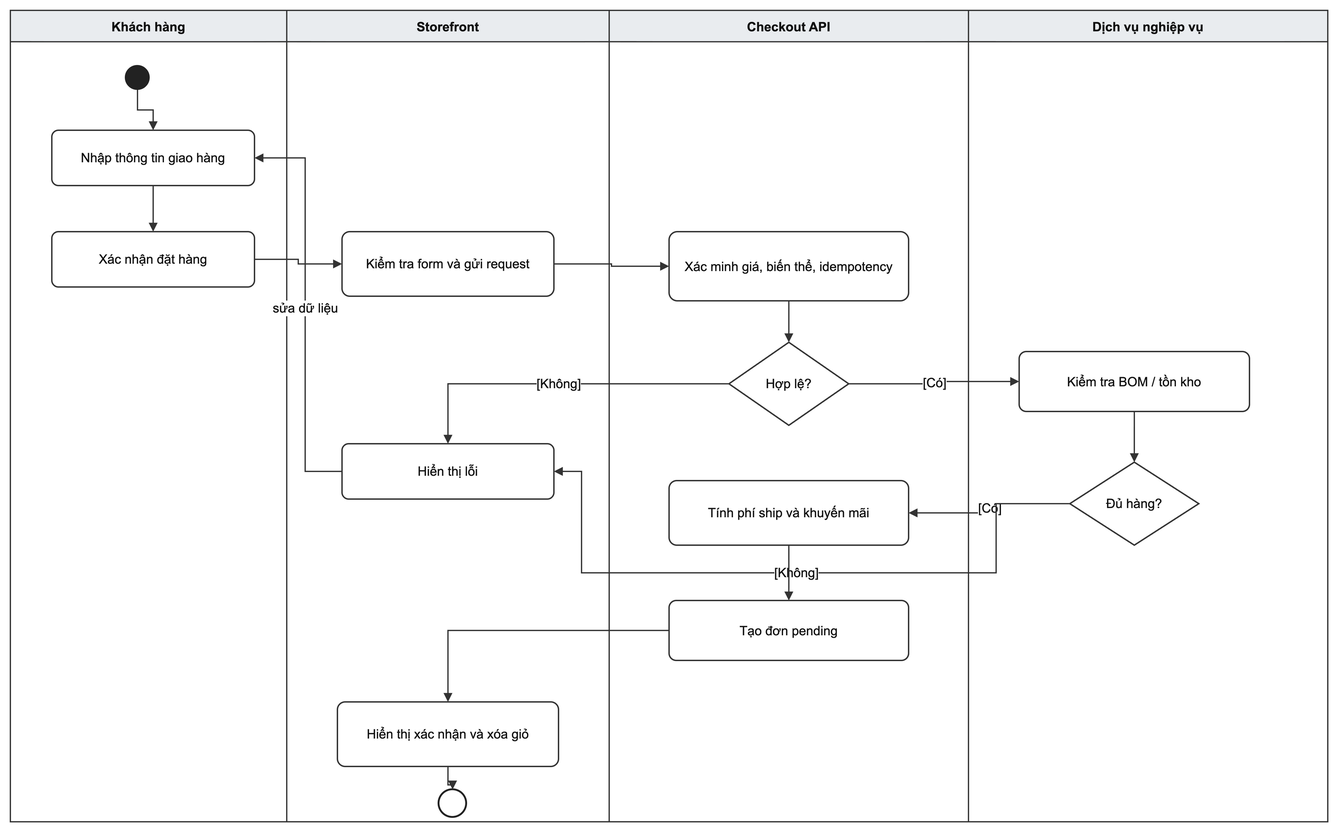
Above: docs/report/images/activity-checkout.drawio.png in pathust/mong.fruitboxz (draw.io), before the change. Source tidied: cells renumbered, new cells last; positions are measured from the earlier drawing's top-left corner, leaving out a move shared by most shapes.
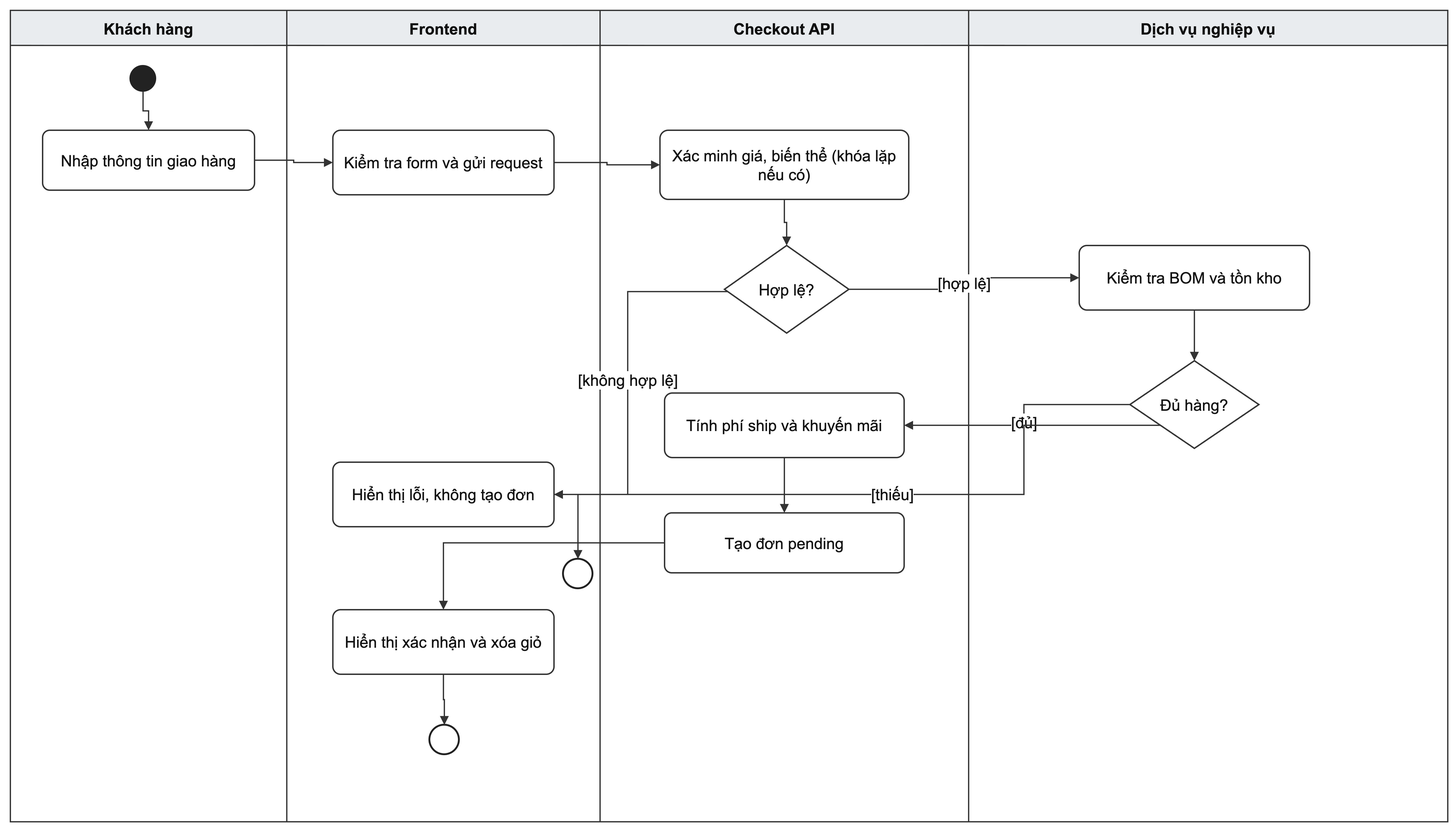
Later version of the same file.

What changed in the source:
```diff
@@ -2,110 +2,111 @@
   <root>
     <mxCell id="0" />
     <mxCell id="1" parent="0" />
-    <mxCell id="2" value="Khách hàng" style="swimlane;horizontal=1;startSize=34;fillColor=#E9ECEF;swimlaneFillColor=#FFFFFF;strokeColor=#333333;strokeWidth=1.4;fontStyle=1;fontFamily=Arial;fontSize=14;fontColor=#111111;" parent="1" vertex="1">
-      <mxGeometry width="300" height="880" as="geometry" />
+    <mxCell id="2" value="Khách hàng" style="swimlane;horizontal=1;startSize=38;fillColor=#E9ECEF;swimlaneFillColor=#FFFFFF;strokeColor=#333333;strokeWidth=1.4;fontStyle=1;fontFamily=Arial;fontSize=17;fontColor=#111111;" parent="1" vertex="1">
+      <mxGeometry x="-10" y="-10" width="300" height="880" as="geometry" />
     </mxCell>
-    <mxCell id="3" value="Storefront" style="swimlane;horizontal=1;startSize=34;fillColor=#E9ECEF;swimlaneFillColor=#FFFFFF;strokeColor=#333333;strokeWidth=1.4;fontStyle=1;fontFamily=Arial;fontSize=14;fontColor=#111111;" parent="1" vertex="1">
-      <mxGeometry x="300" width="350" height="880" as="geometry" />
-    </mxCell>
+    <mxCell id="33" value="Frontend" style="swimlane;horizontal=1;startSize=38;fillColor=#E9ECEF;swimlaneFillColor=#FFFFFF;strokeColor=#333333;strokeWidth=1.4;fontStyle=1;fontFamily=Arial;fontSize=17;fontColor=#111111;" parent="1" vertex="1">
+      <mxGeometry x="290" y="-10" width="340" height="880" as="geometry" />
+    </mxCell>
-    <mxCell id="4" value="Checkout API" style="swimlane;horizontal=1;startSize=34;fillColor=#E9ECEF;swimlaneFillColor=#FFFFFF;strokeColor=#333333;strokeWidth=1.4;fontStyle=1;fontFamily=Arial;fontSize=14;fontColor=#111111;" parent="1" vertex="1">
-      <mxGeometry x="650" width="390" height="880" as="geometry" />
+    <mxCell id="4" value="Checkout API" style="swimlane;horizontal=1;startSize=38;fillColor=#E9ECEF;swimlaneFillColor=#FFFFFF;strokeColor=#333333;strokeWidth=1.4;fontStyle=1;fontFamily=Arial;fontSize=17;fontColor=#111111;" parent="1" vertex="1">
+      <mxGeometry x="630" y="-10" width="400" height="880" as="geometry" />
     </mxCell>
-    <mxCell id="5" value="Dịch vụ nghiệp vụ" style="swimlane;horizontal=1;startSize=34;fillColor=#E9ECEF;swimlaneFillColor=#FFFFFF;strokeColor=#333333;strokeWidth=1.4;fontStyle=1;fontFamily=Arial;fontSize=14;fontColor=#111111;" parent="1" vertex="1">
-      <mxGeometry x="1040" width="390" height="880" as="geometry" />
+    <mxCell id="5" value="Dịch vụ nghiệp vụ" style="swimlane;horizontal=1;startSize=38;fillColor=#E9ECEF;swimlaneFillColor=#FFFFFF;strokeColor=#333333;strokeWidth=1.4;fontStyle=1;fontFamily=Arial;fontSize=17;fontColor=#111111;" parent="1" vertex="1">
+      <mxGeometry x="1030" y="-10" width="520" height="880" as="geometry" />
     </mxCell>
     <mxCell id="6" style="ellipse;fillColor=#222222;strokeColor=#222222;" parent="1" vertex="1">
-      <mxGeometry x="125" y="60" width="26" height="26" as="geometry" />
+      <mxGeometry x="120" y="50" width="28" height="28" as="geometry" />
     </mxCell>
-    <mxCell id="7" value="Nhập thông tin giao hàng" style="rounded=1;arcSize=12;whiteSpace=wrap;html=1;fillColor=#FFFFFF;strokeColor=#333333;strokeWidth=1.5;fontFamily=Arial;fontSize=14;fontColor=#111111;" parent="1" vertex="1">
-      <mxGeometry x="45" y="130" width="220" height="60" as="geometry" />
+    <mxCell id="7" value="Nhập thông tin giao hàng" style="rounded=1;arcSize=12;whiteSpace=wrap;html=1;fillColor=#FFFFFF;strokeColor=#333333;strokeWidth=1.5;fontFamily=Arial;fontSize=17;fontColor=#111111;" parent="1" vertex="1">
+      <mxGeometry x="25" y="120" width="230" height="65" as="geometry" />
     </mxCell>
-    <mxCell id="8" value="Xác nhận đặt hàng" style="rounded=1;arcSize=12;whiteSpace=wrap;html=1;fillColor=#FFFFFF;strokeColor=#333333;strokeWidth=1.5;fontFamily=Arial;fontSize=14;fontColor=#111111;" parent="1" vertex="1">
-      <mxGeometry x="45" y="240" width="220" height="60" as="geometry" />
+    <mxCell id="8" value="Kiểm tra form và gửi request" style="rounded=1;arcSize=12;whiteSpace=wrap;html=1;fillColor=#FFFFFF;strokeColor=#333333;strokeWidth=1.5;fontFamily=Arial;fontSize=17;fontColor=#111111;" parent="1" vertex="1">
+      <mxGeometry x="340" y="120" width="240" height="70" as="geometry" />
     </mxCell>
-    <mxCell id="9" value="Kiểm tra form và gửi request" style="rounded=1;arcSize=12;whiteSpace=wrap;html=1;fillColor=#FFFFFF;strokeColor=#333333;strokeWidth=1.5;fontFamily=Arial;fontSize=14;fontColor=#111111;" parent="1" vertex="1">
-      <mxGeometry x="360" y="240" width="230" height="70" as="geometry" />
+    <mxCell id="9" value="Xác minh giá, biến thể&amp;#xa;(khóa lặp nếu có)" style="rounded=1;arcSize=12;whiteSpace=wrap;html=1;fillColor=#FFFFFF;strokeColor=#333333;strokeWidth=1.5;fontFamily=Arial;fontSize=17;fontColor=#111111;" parent="1" vertex="1">
+      <mxGeometry x="695" y="120" width="270" height="75" as="geometry" />
     </mxCell>
+    <mxCell id="11" value="Hợp lệ?" style="rhombus;whiteSpace=wrap;html=1;fillColor=#FFFFFF;strokeColor=#333333;strokeWidth=1.5;fontFamily=Arial;fontSize=17;fontColor=#111111;" parent="1" vertex="1">
+      <mxGeometry x="765" y="245" width="135" height="95" as="geometry" />
+    </mxCell>
-    <mxCell id="10" value="Xác minh giá, biến thể, idempotency" style="rounded=1;arcSize=12;whiteSpace=wrap;html=1;fillColor=#FFFFFF;strokeColor=#333333;strokeWidth=1.5;fontFamily=Arial;fontSize=14;fontColor=#111111;" parent="1" vertex="1">
-      <mxGeometry x="715" y="240" width="260" height="75" as="geometry" />
+    <mxCell id="10" value="Kiểm tra BOM và tồn kho" style="rounded=1;arcSize=12;whiteSpace=wrap;html=1;fillColor=#FFFFFF;strokeColor=#333333;strokeWidth=1.5;fontFamily=Arial;fontSize=17;fontColor=#111111;" parent="1" vertex="1">
+      <mxGeometry x="1150" y="245" width="250" height="70" as="geometry" />
     </mxCell>
-    <mxCell id="11" value="Hợp lệ?" style="rhombus;whiteSpace=wrap;html=1;fillColor=#FFFFFF;strokeColor=#333333;strokeWidth=1.5;fontFamily=Arial;fontSize=14;fontColor=#111111;" parent="1" vertex="1">
-      <mxGeometry x="780" y="360" width="130" height="90" as="geometry" />
-    </mxCell>
+    <mxCell id="13" value="Đủ hàng?" style="rhombus;whiteSpace=wrap;html=1;fillColor=#FFFFFF;strokeColor=#333333;strokeWidth=1.5;fontFamily=Arial;fontSize=17;fontColor=#111111;" parent="1" vertex="1">
+      <mxGeometry x="1205" y="370" width="140" height="95" as="geometry" />
+    </mxCell>
-    <mxCell id="12" value="Kiểm tra BOM / tồn kho" style="rounded=1;arcSize=12;whiteSpace=wrap;html=1;fillColor=#FFFFFF;strokeColor=#333333;strokeWidth=1.5;fontFamily=Arial;fontSize=14;fontColor=#111111;" parent="1" vertex="1">
-      <mxGeometry x="1095" y="370" width="250" height="65" as="geometry" />
+    <mxCell id="12" value="Tính phí ship và khuyến mãi" style="rounded=1;arcSize=12;whiteSpace=wrap;html=1;fillColor=#FFFFFF;strokeColor=#333333;strokeWidth=1.5;fontFamily=Arial;fontSize=17;fontColor=#111111;" parent="1" vertex="1">
+      <mxGeometry x="700" y="405" width="260" height="70" as="geometry" />
     </mxCell>
-    <mxCell id="13" value="Đủ hàng?" style="rhombus;whiteSpace=wrap;html=1;fillColor=#FFFFFF;strokeColor=#333333;strokeWidth=1.5;fontFamily=Arial;fontSize=14;fontColor=#111111;" parent="1" vertex="1">
-      <mxGeometry x="1150" y="490" width="140" height="90" as="geometry" />
-    </mxCell>
-    <mxCell id="14" value="Tính phí ship và khuyến mãi" style="rounded=1;arcSize=12;whiteSpace=wrap;html=1;fillColor=#FFFFFF;strokeColor=#333333;strokeWidth=1.5;fontFamily=Arial;fontSize=14;fontColor=#111111;" parent="1" vertex="1">
-      <mxGeometry x="715" y="510" width="260" height="70" as="geometry" />
+    <mxCell id="14" value="Tạo đơn pending" style="rounded=1;arcSize=12;whiteSpace=wrap;html=1;fillColor=#FFFFFF;strokeColor=#333333;strokeWidth=1.5;fontFamily=Arial;fontSize=17;fontColor=#111111;" parent="1" vertex="1">
+      <mxGeometry x="700" y="535" width="260" height="65" as="geometry" />
     </mxCell>
-    <mxCell id="15" value="Tạo đơn pending" style="rounded=1;arcSize=12;whiteSpace=wrap;html=1;fillColor=#FFFFFF;strokeColor=#333333;strokeWidth=1.5;fontFamily=Arial;fontSize=14;fontColor=#111111;" parent="1" vertex="1">
-      <mxGeometry x="715" y="640" width="260" height="65" as="geometry" />
+    <mxCell id="15" value="Hiển thị xác nhận và xóa giỏ" style="rounded=1;arcSize=12;whiteSpace=wrap;html=1;fillColor=#FFFFFF;strokeColor=#333333;strokeWidth=1.5;fontFamily=Arial;fontSize=17;fontColor=#111111;" parent="1" vertex="1">
+      <mxGeometry x="340" y="640" width="240" height="70" as="geometry" />
     </mxCell>
-    <mxCell id="16" value="Hiển thị xác nhận và xóa giỏ" style="rounded=1;arcSize=12;whiteSpace=wrap;html=1;fillColor=#FFFFFF;strokeColor=#333333;strokeWidth=1.5;fontFamily=Arial;fontSize=14;fontColor=#111111;" parent="1" vertex="1">
-      <mxGeometry x="355" y="750" width="240" height="70" as="geometry" />
-    </mxCell>
-    <mxCell id="17" value="Hiển thị lỗi" style="rounded=1;arcSize=12;whiteSpace=wrap;html=1;fillColor=#FFFFFF;strokeColor=#333333;strokeWidth=1.5;fontFamily=Arial;fontSize=14;fontColor=#111111;" parent="1" vertex="1">
-      <mxGeometry x="360" y="470" width="230" height="60" as="geometry" />
-    </mxCell>
-    <mxCell id="18" style="ellipse;fillColor=#FFFFFF;strokeColor=#222222;strokeWidth=2;double=1;" parent="1" vertex="1">
-      <mxGeometry x="465" y="845" width="30" height="30" as="geometry" />
-    </mxCell>
+    <mxCell id="34" style="ellipse;fillColor=#FFFFFF;strokeColor=#222222;strokeWidth=2;double=1;" parent="1" vertex="1">
+      <mxGeometry x="445" y="765" width="32" height="32" as="geometry" />
+    </mxCell>
+    <mxCell id="35" value="Hiển thị lỗi, không tạo đơn" style="rounded=1;arcSize=12;whiteSpace=wrap;html=1;fillColor=#FFFFFF;strokeColor=#333333;strokeWidth=1.5;fontFamily=Arial;fontSize=17;fontColor=#111111;" parent="1" vertex="1">
+      <mxGeometry x="340" y="480" width="240" height="70" as="geometry" />
+    </mxCell>
+    <mxCell id="36" style="ellipse;fillColor=#FFFFFF;strokeColor=#222222;strokeWidth=2;double=1;" parent="1" vertex="1">
+      <mxGeometry x="590" y="585" width="32" height="32" as="geometry" />
+    </mxCell>
-    <mxCell id="19" style="edgeStyle=orthogonalEdgeStyle;rounded=0;jettySize=auto;html=1;endArrow=block;endFill=1;strokeColor=#333333;strokeWidth=1.4;fontFamily=Arial;fontSize=14;fontColor=#111111;" parent="1" edge="1" source="6" target="7">
+    <mxCell id="19" style="edgeStyle=orthogonalEdgeStyle;rounded=0;jettySize=auto;html=1;endArrow=block;endFill=1;strokeColor=#333333;strokeWidth=1.4;fontFamily=Arial;fontSize=17;fontColor=#111111;" parent="1" edge="1" source="6" target="7">
       <mxGeometry relative="1" as="geometry" />
     </mxCell>
-    <mxCell id="20" style="edgeStyle=orthogonalEdgeStyle;rounded=0;jettySize=auto;html=1;endArrow=block;endFill=1;strokeColor=#333333;strokeWidth=1.4;fontFamily=Arial;fontSize=14;fontColor=#111111;" parent="1" edge="1" source="7" target="8">
+    <mxCell id="20" style="edgeStyle=orthogonalEdgeStyle;rounded=0;jettySize=auto;html=1;endArrow=block;endFill=1;strokeColor=#333333;strokeWidth=1.4;fontFamily=Arial;fontSize=17;fontColor=#111111;" parent="1" edge="1" source="7" target="8">
       <mxGeometry relative="1" as="geometry" />
     </mxCell>
-    <mxCell id="21" style="edgeStyle=orthogonalEdgeStyle;rounded=0;jettySize=auto;html=1;endArrow=block;endFill=1;strokeColor=#333333;strokeWidth=1.4;fontFamily=Arial;fontSize=14;fontColor=#111111;" parent="1" edge="1" source="8" target="9">
+    <mxCell id="21" style="edgeStyle=orthogonalEdgeStyle;rounded=0;jettySize=auto;html=1;endArrow=block;endFill=1;strokeColor=#333333;strokeWidth=1.4;fontFamily=Arial;fontSize=17;fontColor=#111111;" parent="1" edge="1" source="8" target="9">
       <mxGeometry relative="1" as="geometry" />
     </mxCell>
-    <mxCell id="22" style="edgeStyle=orthogonalEdgeStyle;rounded=0;jettySize=auto;html=1;endArrow=block;endFill=1;strokeColor=#333333;strokeWidth=1.4;fontFamily=Arial;fontSize=14;fontColor=#111111;" parent="1" edge="1" source="9" target="10">
+    <mxCell id="22" style="edgeStyle=orthogonalEdgeStyle;rounded=0;jettySize=auto;html=1;endArrow=block;endFill=1;strokeColor=#333333;strokeWidth=1.4;fontFamily=Arial;fontSize=17;fontColor=#111111;" parent="1" edge="1" source="9" target="11">
       <mxGeometry relative="1" as="geometry" />
     </mxCell>
-    <mxCell id="23" style="edgeStyle=orthogonalEdgeStyle;rounded=0;jettySize=auto;html=1;endArrow=block;endFill=1;strokeColor=#333333;strokeWidth=1.4;fontFamily=Arial;fontSize=14;fontColor=#111111;" parent="1" edge="1" source="10" target="11">
+    <mxCell id="23" value="[hợp lệ]" style="edgeStyle=orthogonalEdgeStyle;rounded=0;jettySize=auto;html=1;endArrow=block;endFill=1;strokeColor=#333333;strokeWidth=1.4;fontFamily=Arial;fontSize=17;fontColor=#111111;" parent="1" edge="1" source="11" target="10">
       <mxGeometry relative="1" as="geometry" />
     </mxCell>
-    <mxCell id="24" value="[Có]" style="edgeStyle=orthogonalEdgeStyle;rounded=0;jettySize=auto;html=1;endArrow=block;endFill=1;strokeColor=#333333;strokeWidth=1.4;fontFamily=Arial;fontSize=14;fontColor=#111111;" parent="1" edge="1" source="11" target="12">
-      <mxGeometry relative="1" as="geometry" />
+    <mxCell id="24" value="[không hợp lệ]" style="edgeStyle=orthogonalEdgeStyle;rounded=0;jettySize=auto;html=1;endArrow=block;endFill=1;strokeColor=#333333;strokeWidth=1.4;fontFamily=Arial;fontSize=17;fontColor=#111111;" parent="1" edge="1" source="11" target="35">
+      <mxGeometry relative="1" as="geometry">
+        <Array as="points">
+          <mxPoint x="660" y="295" />
+          <mxPoint x="660" y="515" />
+        </Array>
+      </mxGeometry>
     </mxCell>
-    <mxCell id="25" value="[Không]" style="edgeStyle=orthogonalEdgeStyle;rounded=0;jettySize=auto;html=1;endArrow=block;endFill=1;strokeColor=#333333;strokeWidth=1.4;fontFamily=Arial;fontSize=14;fontColor=#111111;" parent="1" edge="1" source="11" target="17">
+    <mxCell id="25" style="edgeStyle=orthogonalEdgeStyle;rounded=0;jettySize=auto;html=1;endArrow=block;endFill=1;strokeColor=#333333;strokeWidth=1.4;fontFamily=Arial;fontSize=17;fontColor=#111111;" parent="1" edge="1" source="10" target="13">
       <mxGeometry relative="1" as="geometry" />
     </mxCell>
-    <mxCell id="26" style="edgeStyle=orthogonalEdgeStyle;rounded=0;jettySize=auto;html=1;endArrow=block;endFill=1;strokeColor=#333333;strokeWidth=1.4;fontFamily=Arial;fontSize=14;fontColor=#111111;" parent="1" edge="1" source="12" target="13">
-      <mxGeometry relative="1" as="geometry" />
+    <mxCell id="26" value="[đủ]" style="edgeStyle=orthogonalEdgeStyle;rounded=0;jettySize=auto;html=1;endArrow=block;endFill=1;strokeColor=#333333;strokeWidth=1.4;fontFamily=Arial;fontSize=17;fontColor=#111111;" parent="1" edge="1" source="13" target="12">
+      <mxGeometry relative="1" as="geometry">
+        <Array as="points">
+          <mxPoint x="1090" y="418" />
+          <mxPoint x="1090" y="440" />
+        </Array>
+      </mxGeometry>
     </mxCell>
-    <mxCell id="27" value="[Có]" style="edgeStyle=orthogonalEdgeStyle;rounded=0;jettySize=auto;html=1;endArrow=block;endFill=1;strokeColor=#333333;strokeWidth=1.4;fontFamily=Arial;fontSize=14;fontColor=#111111;" parent="1" edge="1" source="13" target="14">
-      <mxGeometry relative="1" as="geometry" />
+    <mxCell id="27" value="[thiếu]" style="edgeStyle=orthogonalEdgeStyle;rounded=0;jettySize=auto;html=1;endArrow=block;endFill=1;strokeColor=#333333;strokeWidth=1.4;fontFamily=Arial;fontSize=17;fontColor=#111111;" parent="1" edge="1" source="13" target="35">
+      <mxGeometry relative="1" as="geometry">
+        <Array as="points">
+          <mxPoint x="1090" y="440" />
+          <mxPoint x="1090" y="515" />
+          <mxPoint x="610" y="515" />
+        </Array>
+      </mxGeometry>
     </mxCell>
-    <mxCell id="28" value="[Không]" style="edgeStyle=orthogonalEdgeStyle;rounded=0;jettySize=auto;html=1;endArrow=block;endFill=1;strokeColor=#333333;strokeWidth=1.4;fontFamily=Arial;fontSize=14;fontColor=#111111;" parent="1" edge="1" source="13" target="17">
-      <mxGeometry relative="1" as="geometry">
-        <Array as="points">
-          <mxPoint x="1070" y="535" />
-          <mxPoint x="1070" y="610" />
-          <mxPoint x="620" y="610" />
-        </Array>
-      </mxGeometry>
+    <mxCell id="28" style="edgeStyle=orthogonalEdgeStyle;rounded=0;jettySize=auto;html=1;endArrow=block;endFill=1;strokeColor=#333333;strokeWidth=1.4;fontFamily=Arial;fontSize=17;fontColor=#111111;" parent="1" edge="1" source="12" target="14">
+      <mxGeometry relative="1" as="geometry" />
     </mxCell>
-    <mxCell id="29" style="edgeStyle=orthogonalEdgeStyle;rounded=0;jettySize=auto;html=1;endArrow=block;endFill=1;strokeColor=#333333;strokeWidth=1.4;fontFamily=Arial;fontSize=14;fontColor=#111111;" parent="1" edge="1" source="14" target="15">
+    <mxCell id="29" style="edgeStyle=orthogonalEdgeStyle;rounded=0;jettySize=auto;html=1;endArrow=block;endFill=1;strokeColor=#333333;strokeWidth=1.4;fontFamily=Arial;fontSize=17;fontColor=#111111;" parent="1" edge="1" source="14" target="15">
       <mxGeometry relative="1" as="geometry" />
     </mxCell>
-    <mxCell id="30" style="edgeStyle=orthogonalEdgeStyle;rounded=0;jettySize=auto;html=1;endArrow=block;endFill=1;strokeColor=#333333;strokeWidth=1.4;fontFamily=Arial;fontSize=14;fontColor=#111111;" parent="1" edge="1" source="15" target="16">
+    <mxCell id="30" style="edgeStyle=orthogonalEdgeStyle;rounded=0;jettySize=auto;html=1;endArrow=block;endFill=1;strokeColor=#333333;strokeWidth=1.4;fontFamily=Arial;fontSize=17;fontColor=#111111;" parent="1" edge="1" source="15" target="34">
       <mxGeometry relative="1" as="geometry" />
     </mxCell>
-    <mxCell id="31" style="edgeStyle=orthogonalEdgeStyle;rounded=0;jettySize=auto;html=1;endArrow=block;endFill=1;strokeColor=#333333;strokeWidth=1.4;fontFamily=Arial;fontSize=14;fontColor=#111111;" parent="1" edge="1" source="16" target="18">
+    <mxCell id="31" style="edgeStyle=orthogonalEdgeStyle;rounded=0;jettySize=auto;html=1;endArrow=block;endFill=1;strokeColor=#333333;strokeWidth=1.4;fontFamily=Arial;fontSize=17;fontColor=#111111;" parent="1" edge="1" source="35" target="36">
       <mxGeometry relative="1" as="geometry" />
     </mxCell>
-    <mxCell id="32" value="sửa dữ liệu" style="edgeStyle=orthogonalEdgeStyle;rounded=0;jettySize=auto;html=1;endArrow=block;endFill=1;strokeColor=#333333;strokeWidth=1.4;fontFamily=Arial;fontSize=14;fontColor=#111111;" parent="1" edge="1" source="17" target="7">
-      <mxGeometry relative="1" as="geometry">
-        <Array as="points">
-          <mxPoint x="330" y="500" />
-          <mxPoint x="320" y="500" />
-          <mxPoint x="320" y="160" />
-        </Array>
-      </mxGeometry>
-    </mxCell>
   </root>
 </mxGraphModel>
```
